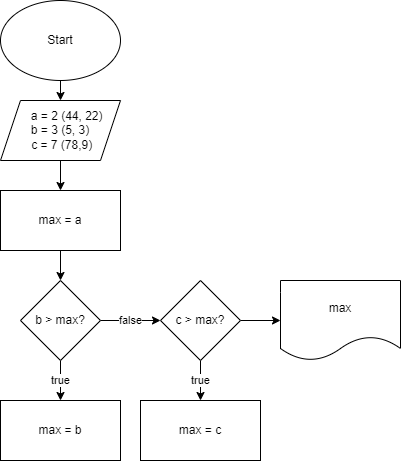
Earlier version of the draw.io export Task2/Task2.drawio.png (Smih89/HomeworkSeminar7). Source tidied: cells renumbered, new cells last; positions are measured from the earlier drawing's top-left corner, leaving out a move shared by most shapes. The source it was exported from:
```xml
<mxGraphModel>
  <root>
    <mxCell id="0" />
    <mxCell id="1" parent="0" />
    <mxCell id="2" style="edgeStyle=none;html=1;" parent="1" edge="1" source="3" target="5">
      <mxGeometry relative="1" as="geometry" />
    </mxCell>
    <mxCell id="3" value="Start" style="ellipse;whiteSpace=wrap;html=1;" parent="1" vertex="1">
      <mxGeometry width="120" height="80" as="geometry" />
    </mxCell>
    <mxCell id="4" style="edgeStyle=none;html=1;" parent="1" edge="1" source="5" target="7">
      <mxGeometry relative="1" as="geometry" />
    </mxCell>
    <mxCell id="5" value="&amp;nbsp; &amp;nbsp; a = 2 (44, 22)&lt;br&gt;b = 3 (5, 3)&lt;br&gt;&amp;nbsp;c = 7 (78,9)" style="shape=parallelogram;perimeter=parallelogramPerimeter;whiteSpace=wrap;html=1;fixedSize=1;" parent="1" vertex="1">
      <mxGeometry y="100" width="120" height="60" as="geometry" />
    </mxCell>
    <mxCell id="6" style="edgeStyle=none;html=1;" parent="1" edge="1" source="7" target="10">
      <mxGeometry relative="1" as="geometry" />
    </mxCell>
    <mxCell id="7" value="max = a" style="whiteSpace=wrap;html=1;" parent="1" vertex="1">
      <mxGeometry y="190" width="120" height="60" as="geometry" />
    </mxCell>
    <mxCell id="8" value="true" style="edgeStyle=none;html=1;" parent="1" edge="1">
      <mxGeometry relative="1" as="geometry">
        <mxPoint x="60" y="360" as="sourcePoint" />
        <mxPoint x="60" y="400" as="targetPoint" />
      </mxGeometry>
    </mxCell>
    <mxCell id="9" value="false" style="edgeStyle=none;html=1;" parent="1" edge="1" source="10" target="14">
      <mxGeometry relative="1" as="geometry" />
    </mxCell>
    <mxCell id="10" value="b &amp;gt; max?" style="rhombus;whiteSpace=wrap;html=1;" parent="1" vertex="1">
      <mxGeometry x="20" y="280" width="80" height="80" as="geometry" />
    </mxCell>
    <mxCell id="11" value="max = b" style="whiteSpace=wrap;html=1;" parent="1" vertex="1">
      <mxGeometry y="400" width="120" height="60" as="geometry" />
    </mxCell>
    <mxCell id="12" value="true" style="edgeStyle=none;html=1;" parent="1" edge="1" source="14" target="15">
      <mxGeometry relative="1" as="geometry" />
    </mxCell>
    <mxCell id="13" style="edgeStyle=none;html=1;" parent="1" edge="1" source="14" target="16">
      <mxGeometry relative="1" as="geometry" />
    </mxCell>
    <mxCell id="14" value="c &amp;gt; max?" style="rhombus;whiteSpace=wrap;html=1;" parent="1" vertex="1">
      <mxGeometry x="160" y="280" width="80" height="80" as="geometry" />
    </mxCell>
    <mxCell id="15" value="max = c" style="whiteSpace=wrap;html=1;" parent="1" vertex="1">
      <mxGeometry x="140" y="400" width="120" height="60" as="geometry" />
    </mxCell>
    <mxCell id="16" value="max" style="shape=document;whiteSpace=wrap;html=1;boundedLbl=1;" parent="1" vertex="1">
      <mxGeometry x="280" y="280" width="120" height="80" as="geometry" />
    </mxCell>
  </root>
</mxGraphModel>
```
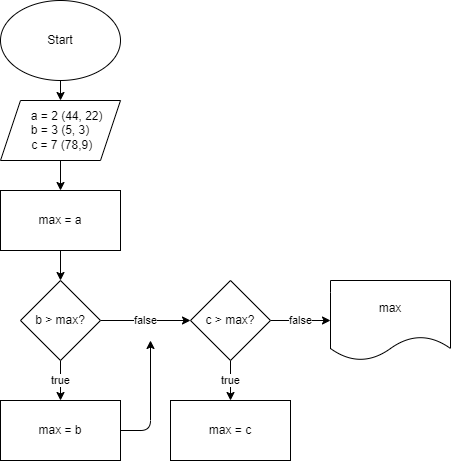
After the commit.

What changed in the source:
```diff
@@ -32,23 +32,31 @@
     <mxCell id="10" value="b &amp;gt; max?" style="rhombus;whiteSpace=wrap;html=1;" parent="1" vertex="1">
       <mxGeometry x="20" y="280" width="80" height="80" as="geometry" />
     </mxCell>
+    <mxCell id="17" style="edgeStyle=none;html=1;" parent="1" edge="1" source="11">
+      <mxGeometry relative="1" as="geometry">
+        <mxPoint x="150" y="340" as="targetPoint" />
+        <Array as="points">
+          <mxPoint x="150" y="430" />
+        </Array>
+      </mxGeometry>
+    </mxCell>
     <mxCell id="11" value="max = b" style="whiteSpace=wrap;html=1;" parent="1" vertex="1">
       <mxGeometry y="400" width="120" height="60" as="geometry" />
     </mxCell>
     <mxCell id="12" value="true" style="edgeStyle=none;html=1;" parent="1" edge="1" source="14" target="15">
       <mxGeometry relative="1" as="geometry" />
     </mxCell>
-    <mxCell id="13" style="edgeStyle=none;html=1;" parent="1" edge="1" source="14" target="16">
+    <mxCell id="13" value="false" style="edgeStyle=none;html=1;" parent="1" edge="1" source="14" target="16">
       <mxGeometry relative="1" as="geometry" />
     </mxCell>
     <mxCell id="14" value="c &amp;gt; max?" style="rhombus;whiteSpace=wrap;html=1;" parent="1" vertex="1">
-      <mxGeometry x="160" y="280" width="80" height="80" as="geometry" />
+      <mxGeometry x="190" y="280" width="80" height="80" as="geometry" />
     </mxCell>
     <mxCell id="15" value="max = c" style="whiteSpace=wrap;html=1;" parent="1" vertex="1">
-      <mxGeometry x="140" y="400" width="120" height="60" as="geometry" />
+      <mxGeometry x="170" y="400" width="120" height="60" as="geometry" />
     </mxCell>
     <mxCell id="16" value="max" style="shape=document;whiteSpace=wrap;html=1;boundedLbl=1;" parent="1" vertex="1">
-      <mxGeometry x="280" y="280" width="120" height="80" as="geometry" />
+      <mxGeometry x="330" y="280" width="120" height="80" as="geometry" />
     </mxCell>
   </root>
 </mxGraphModel>
```
